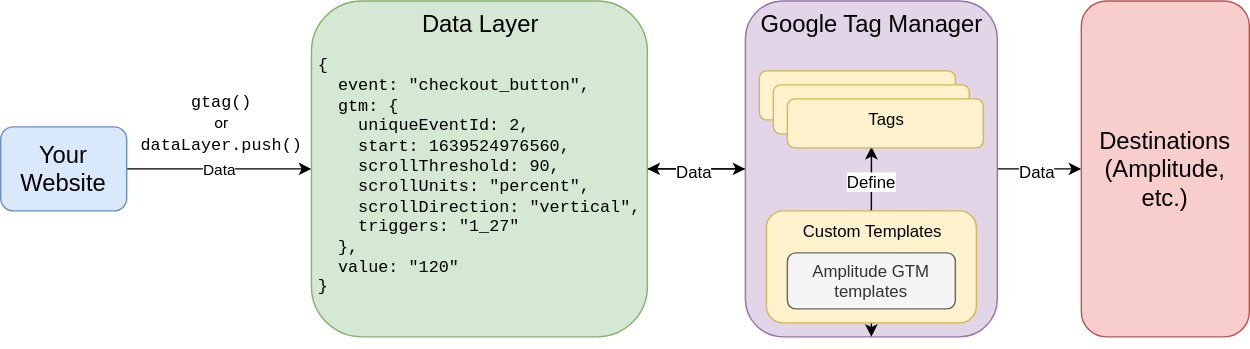
The draw.io diagram docs/assets/images/marketing-analytics/google-tag-manager-workflow.drawio.svg in Amplitude-Developer-Docs/amplitude-dev-center, before a commit. Source tidied: cells renumbered, new cells last; positions are measured from the earlier drawing's top-left corner, leaving out a move shared by most shapes.
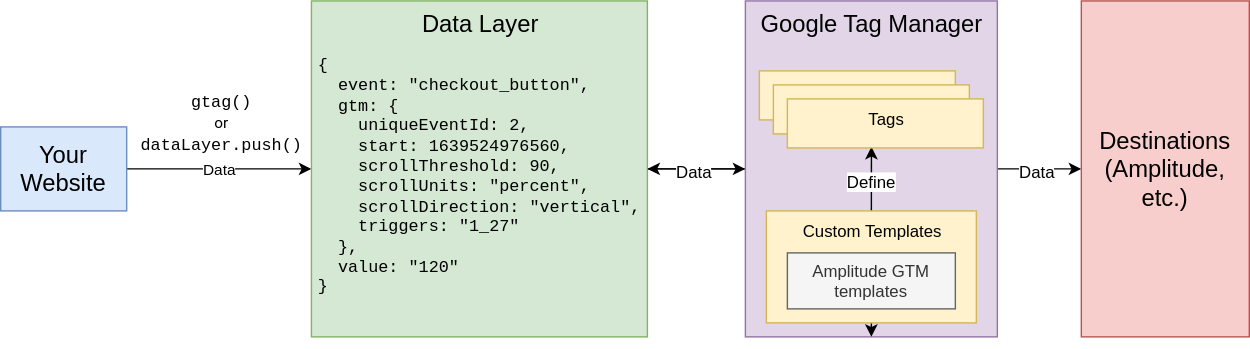
The same file after the commit.

What changed in the source:
```diff
@@ -5,13 +5,13 @@
     <mxCell id="2" value="Data" style="edgeStyle=orthogonalEdgeStyle;rounded=0;jettySize=auto;html=1;" parent="1" edge="1" source="3" target="5">
       <mxGeometry relative="1" as="geometry" />
     </mxCell>
-    <mxCell id="3" value="&lt;font style=&quot;font-size: 17px&quot;&gt;Your Website&lt;/font&gt;" style="rounded=1;whiteSpace=wrap;html=1;fillColor=#dae8fc;strokeColor=#6c8ebf;" parent="1" vertex="1">
+    <mxCell id="3" value="&lt;font style=&quot;font-size: 17px&quot;&gt;Your Website&lt;/font&gt;" style="rounded=0;whiteSpace=wrap;html=1;fillColor=#dae8fc;strokeColor=#6c8ebf;glass=0;" parent="1" vertex="1">
       <mxGeometry y="90" width="90" height="60" as="geometry" />
     </mxCell>
     <mxCell id="4" style="rounded=0;jettySize=auto;html=1;" parent="1" edge="1" source="5" target="10">
       <mxGeometry relative="1" as="geometry" />
     </mxCell>
-    <mxCell id="5" value="&lt;font style=&quot;font-size: 17px&quot;&gt;Data Layer&lt;br&gt;&lt;br&gt;&lt;/font&gt;" style="rounded=1;whiteSpace=wrap;html=1;fillColor=#d5e8d4;strokeColor=#82b366;align=center;horizontal=1;verticalAlign=top;" parent="1" vertex="1">
+    <mxCell id="5" value="&lt;font style=&quot;font-size: 17px&quot;&gt;Data Layer&lt;br&gt;&lt;br&gt;&lt;/font&gt;" style="rounded=0;whiteSpace=wrap;html=1;fillColor=#d5e8d4;strokeColor=#82b366;align=center;horizontal=1;verticalAlign=top;" parent="1" vertex="1">
       <mxGeometry x="222" width="240" height="240" as="geometry" />
     </mxCell>
     <mxCell id="6" style="edgeStyle=orthogonalEdgeStyle;rounded=0;jettySize=auto;html=1;" parent="1" edge="1" source="10" target="11">
@@ -26,10 +26,10 @@
     <mxCell id="9" value="Data" style="text;html=1;align=center;verticalAlign=middle;labelBackgroundColor=#ffffff;" parent="8" vertex="1">
       <mxGeometry x="0.07" y="1" relative="1" as="geometry" />
     </mxCell>
-    <mxCell id="10" value="&lt;font style=&quot;font-size: 17px&quot;&gt;Google Tag Manager&lt;/font&gt;" style="rounded=1;whiteSpace=wrap;html=1;fillColor=#e1d5e7;strokeColor=#9673a6;verticalAlign=top;" parent="1" vertex="1">
+    <mxCell id="10" value="&lt;font style=&quot;font-size: 17px&quot;&gt;Google Tag Manager&lt;/font&gt;" style="rounded=0;whiteSpace=wrap;html=1;fillColor=#e1d5e7;strokeColor=#9673a6;verticalAlign=top;" parent="1" vertex="1">
       <mxGeometry x="532" width="180" height="240" as="geometry" />
     </mxCell>
-    <mxCell id="11" value="&lt;font style=&quot;font-size: 17px&quot;&gt;Destinations&lt;br&gt;(Amplitude, etc.)&lt;/font&gt;" style="rounded=1;whiteSpace=wrap;html=1;fillColor=#f8cecc;strokeColor=#b85450;" parent="1" vertex="1">
+    <mxCell id="11" value="&lt;font style=&quot;font-size: 17px&quot;&gt;Destinations&lt;br&gt;(Amplitude, etc.)&lt;/font&gt;" style="rounded=0;whiteSpace=wrap;html=1;fillColor=#f8cecc;strokeColor=#b85450;" parent="1" vertex="1">
       <mxGeometry x="772" width="120" height="240" as="geometry" />
     </mxCell>
     <mxCell id="12" value="&lt;font color=&quot;#000000&quot;&gt;&lt;code translate=&quot;no&quot; dir=&quot;ltr&quot; style=&quot;box-sizing: inherit ; word-break: break-word ; direction: ltr ; text-align: left&quot;&gt;gtag()&lt;br&gt;&lt;/code&gt;&lt;span&gt;&lt;font face=&quot;Roboto, Noto Sans, Noto Sans JP, Noto Sans KR, Noto Naskh Arabic, Noto Sans Thai, Noto Sans Hebrew, Noto Sans Bengali, sans-serif&quot;&gt;&lt;span style=&quot;background-color: rgb(255 , 255 , 255) ; line-height: 70%&quot;&gt;&lt;font style=&quot;font-size: 11px&quot;&gt;or&lt;/font&gt;&lt;br&gt;&lt;/span&gt;&lt;/font&gt;&lt;/span&gt;&lt;code translate=&quot;no&quot; dir=&quot;ltr&quot; style=&quot;box-sizing: inherit ; word-break: break-word ; direction: ltr ; text-align: left&quot;&gt;dataLayer.push()&lt;/code&gt;&lt;/font&gt;" style="text;html=1;strokeColor=none;fillColor=none;align=center;verticalAlign=middle;whiteSpace=wrap;rounded=0;" parent="1" vertex="1">
@@ -47,23 +47,20 @@
     <mxCell id="16" value="Define" style="text;html=1;align=center;verticalAlign=middle;labelBackgroundColor=#ffffff;" parent="15" vertex="1">
       <mxGeometry x="-0.05" relative="1" as="geometry" />
     </mxCell>
-    <mxCell id="17" value="Custom Templates" style="rounded=1;whiteSpace=wrap;html=1;align=center;fillColor=#fff2cc;strokeColor=#d6b656;verticalAlign=top;" parent="1" vertex="1">
+    <mxCell id="17" value="Custom Templates" style="rounded=0;whiteSpace=wrap;html=1;align=center;fillColor=#fff2cc;strokeColor=#d6b656;verticalAlign=top;" parent="1" vertex="1">
       <mxGeometry x="547" y="150" width="150" height="80" as="geometry" />
     </mxCell>
-    <mxCell id="18" value="Amplitude GTM templates" style="rounded=1;whiteSpace=wrap;html=1;align=center;fillColor=#f5f5f5;strokeColor=#666666;fontColor=#333333;" parent="1" vertex="1">
+    <mxCell id="18" value="Amplitude GTM templates" style="rounded=0;whiteSpace=wrap;html=1;align=center;fillColor=#f5f5f5;strokeColor=#666666;fontColor=#333333;" parent="1" vertex="1">
       <mxGeometry x="562" y="180" width="120" height="40" as="geometry" />
     </mxCell>
-    <mxCell id="19" style="group;" parent="1" vertex="1">
-      <mxGeometry x="542" y="50" width="160" height="55" as="geometry" />
-    </mxCell>
-    <mxCell id="20" value="Tags" style="rounded=1;whiteSpace=wrap;html=1;align=center;fillColor=#fff2cc;strokeColor=#d6b656;verticalAlign=top;" parent="19" vertex="1">
-      <mxGeometry width="140" height="35" as="geometry" />
+    <mxCell id="20" value="Tags" style="rounded=0;whiteSpace=wrap;html=1;align=center;fillColor=#fff2cc;strokeColor=#d6b656;verticalAlign=top;" parent="1" vertex="1">
+      <mxGeometry x="542" y="50" width="140" height="35" as="geometry" />
     </mxCell>
-    <mxCell id="21" value="Tags" style="rounded=1;whiteSpace=wrap;html=1;align=center;fillColor=#fff2cc;strokeColor=#d6b656;verticalAlign=top;" parent="19" vertex="1">
-      <mxGeometry x="10" y="10" width="140" height="35" as="geometry" />
+    <mxCell id="21" value="Tags" style="rounded=0;whiteSpace=wrap;html=1;align=center;fillColor=#fff2cc;strokeColor=#d6b656;verticalAlign=top;" parent="1" vertex="1">
+      <mxGeometry x="552" y="60" width="140" height="35" as="geometry" />
     </mxCell>
-    <mxCell id="22" value="Tags" style="rounded=1;whiteSpace=wrap;html=1;align=center;fillColor=#fff2cc;strokeColor=#d6b656;verticalAlign=top;" parent="19" vertex="1">
-      <mxGeometry x="20" y="20" width="140" height="35" as="geometry" />
+    <mxCell id="22" value="Tags" style="rounded=0;whiteSpace=wrap;html=1;align=center;fillColor=#fff2cc;strokeColor=#d6b656;verticalAlign=top;" parent="1" vertex="1">
+      <mxGeometry x="562" y="70" width="140" height="35" as="geometry" />
     </mxCell>
   </root>
 </mxGraphModel>
```
